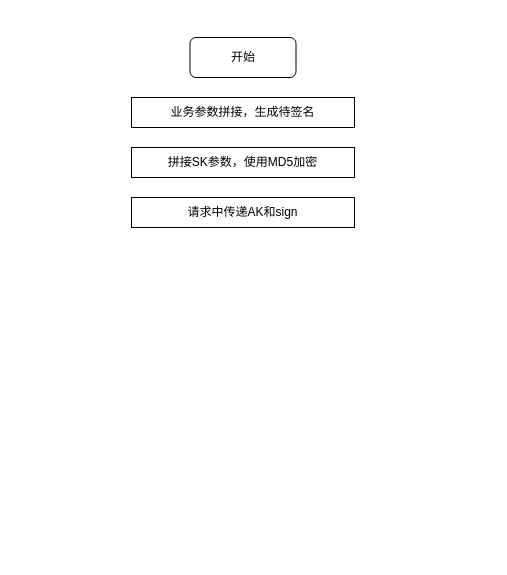
Earlier version of the draw.io diagram 未命名绘图.drawio (fengwei5280/14th). Source tidied: cells renumbered, new cells numbered last; positions are measured from the earlier drawing's top-left corner, leaving out a move shared by most shapes. Both pictures are drawn from the tidied source at 100%, with x=0, y=0 at pixel (131, 37).
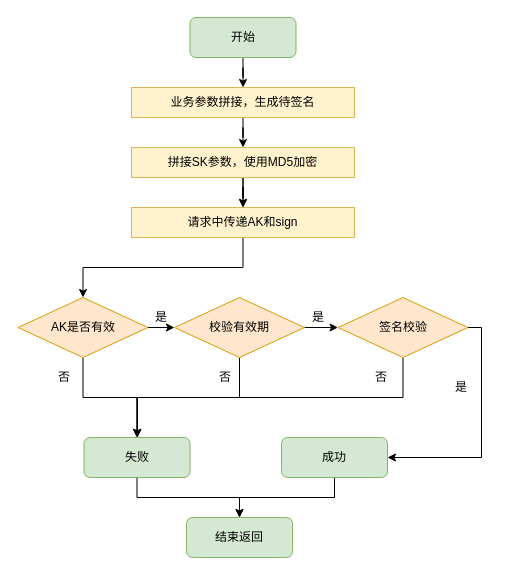
Above is the later version.

Commit message (it also covers changes not shown here):
更新未命名绘图.drawio

Change to the diagram source:
```diff
@@
+    <mxCell id="6" style="edgeStyle=orthogonalEdgeStyle;rounded=0;jettySize=auto;html=1;" parent="1" edge="1" source="2" target="3">
+      <mxGeometry relative="1" as="geometry" />
+    </mxCell>
-    <mxCell id="2" value="开始" style="rounded=1;whiteSpace=wrap;html=1;" parent="1" vertex="1">
-      <mxGeometry x="58.5" width="106" height="40" as="geometry" />
+    <mxCell id="2" value="开始" style="rounded=1;whiteSpace=wrap;html=1;fillColor=#d5e8d4;strokeColor=#82b366;" parent="1" vertex="1">
+      <mxGeometry x="58.5" y="-20" width="106" height="40" as="geometry" />
     </mxCell>
+    <mxCell id="7" style="edgeStyle=orthogonalEdgeStyle;rounded=0;jettySize=auto;html=1;" parent="1" edge="1" source="3" target="4">
+      <mxGeometry relative="1" as="geometry" />
+    </mxCell>
-    <mxCell id="3" value="业务参数拼接，生成待签名" style="rounded=0;whiteSpace=wrap;html=1;" parent="1" vertex="1">
-      <mxGeometry y="60" width="223" height="30" as="geometry" />
+    <mxCell id="3" value="业务参数拼接，生成待签名" style="rounded=0;whiteSpace=wrap;html=1;fillColor=#fff2cc;strokeColor=#d6b656;" parent="1" vertex="1">
+      <mxGeometry y="50" width="223" height="30" as="geometry" />
     </mxCell>
+    <mxCell id="8" style="edgeStyle=orthogonalEdgeStyle;rounded=0;jettySize=auto;html=1;" parent="1" edge="1" source="4" target="5">
+      <mxGeometry relative="1" as="geometry" />
+    </mxCell>
+    <mxCell id="9" style="edgeStyle=orthogonalEdgeStyle;rounded=0;jettySize=auto;html=1;" parent="1" edge="1" source="4" target="5">
+      <mxGeometry relative="1" as="geometry" />
+    </mxCell>
-    <mxCell id="4" value="拼接SK参数，使用MD5加密" style="rounded=0;whiteSpace=wrap;html=1;" parent="1" vertex="1">
+    <mxCell id="4" value="拼接SK参数，使用MD5加密" style="rounded=0;whiteSpace=wrap;html=1;fillColor=#fff2cc;strokeColor=#d6b656;" parent="1" vertex="1">
       <mxGeometry y="110" width="223" height="30" as="geometry" />
     </mxCell>
+    <mxCell id="10" style="edgeStyle=orthogonalEdgeStyle;rounded=0;jettySize=auto;html=1;" parent="1" edge="1" source="5" target="13">
+      <mxGeometry relative="1" as="geometry" />
+    </mxCell>
-    <mxCell id="5" value="请求中传递AK和sign" style="rounded=0;whiteSpace=wrap;html=1;" parent="1" vertex="1">
-      <mxGeometry y="160" width="223" height="30" as="geometry" />
+    <mxCell id="5" value="请求中传递AK和sign" style="rounded=0;whiteSpace=wrap;html=1;fillColor=#fff2cc;strokeColor=#d6b656;" parent="1" vertex="1">
+      <mxGeometry y="170" width="223" height="30" as="geometry" />
     </mxCell>
+    <mxCell id="11" style="edgeStyle=orthogonalEdgeStyle;rounded=0;jettySize=auto;html=1;entryX=0.5;entryY=0;entryDx=0;entryDy=0;" parent="1" edge="1" source="13" target="21">
+      <mxGeometry relative="1" as="geometry" />
+    </mxCell>
+    <mxCell id="12" style="edgeStyle=orthogonalEdgeStyle;rounded=0;jettySize=auto;html=1;" parent="1" edge="1" source="13" target="19">
+      <mxGeometry relative="1" as="geometry" />
+    </mxCell>
+    <mxCell id="13" value="AK是否有效" style="rhombus;whiteSpace=wrap;html=1;fillColor=#ffe6cc;strokeColor=#d79b00;" parent="1" vertex="1">
+      <mxGeometry x="-113.5" y="260" width="130" height="60" as="geometry" />
+    </mxCell>
+    <mxCell id="14" style="edgeStyle=orthogonalEdgeStyle;rounded=0;jettySize=auto;html=1;" parent="1" edge="1" source="16" target="21">
+      <mxGeometry relative="1" as="geometry">
+        <Array as="points">
+          <mxPoint x="272" y="360" />
+          <mxPoint x="6" y="360" />
+        </Array>
+      </mxGeometry>
+    </mxCell>
+    <mxCell id="15" style="edgeStyle=orthogonalEdgeStyle;rounded=0;jettySize=auto;html=1;" parent="1" edge="1" source="16" target="23">
+      <mxGeometry relative="1" as="geometry">
+        <Array as="points">
+          <mxPoint x="350" y="290" />
+          <mxPoint x="350" y="420" />
+        </Array>
+      </mxGeometry>
+    </mxCell>
+    <mxCell id="16" value="签名校验" style="rhombus;whiteSpace=wrap;html=1;fillColor=#ffe6cc;strokeColor=#d79b00;" parent="1" vertex="1">
+      <mxGeometry x="206.5" y="260" width="130" height="60" as="geometry" />
+    </mxCell>
+    <mxCell id="17" style="edgeStyle=orthogonalEdgeStyle;rounded=0;jettySize=auto;html=1;" parent="1" edge="1" source="19" target="16">
+      <mxGeometry relative="1" as="geometry" />
+    </mxCell>
+    <mxCell id="18" style="edgeStyle=orthogonalEdgeStyle;rounded=0;jettySize=auto;html=1;" parent="1" edge="1" source="19" target="21">
+      <mxGeometry relative="1" as="geometry" />
+    </mxCell>
+    <mxCell id="19" value="校验有效期" style="rhombus;whiteSpace=wrap;html=1;fillColor=#ffe6cc;strokeColor=#d79b00;" parent="1" vertex="1">
+      <mxGeometry x="43" y="260" width="130" height="60" as="geometry" />
+    </mxCell>
+    <mxCell id="20" style="edgeStyle=orthogonalEdgeStyle;rounded=0;jettySize=auto;html=1;entryX=0.5;entryY=0;entryDx=0;entryDy=0;" parent="1" edge="1" source="21" target="30">
+      <mxGeometry relative="1" as="geometry" />
+    </mxCell>
+    <mxCell id="21" value="失败" style="rounded=1;whiteSpace=wrap;html=1;fillColor=#d5e8d4;strokeColor=#82b366;" parent="1" vertex="1">
+      <mxGeometry x="-47.5" y="400" width="106" height="40" as="geometry" />
+    </mxCell>
+    <mxCell id="22" style="edgeStyle=orthogonalEdgeStyle;rounded=0;jettySize=auto;html=1;entryX=0.5;entryY=0;entryDx=0;entryDy=0;" parent="1" edge="1" source="23" target="30">
+      <mxGeometry relative="1" as="geometry" />
+    </mxCell>
+    <mxCell id="23" value="成功" style="rounded=1;whiteSpace=wrap;html=1;fillColor=#d5e8d4;strokeColor=#82b366;" parent="1" vertex="1">
+      <mxGeometry x="150" y="400" width="106" height="40" as="geometry" />
+    </mxCell>
+    <mxCell id="24" value="否" style="text;html=1;strokeColor=none;fillColor=none;align=center;verticalAlign=middle;whiteSpace=wrap;rounded=0;" parent="1" vertex="1">
+      <mxGeometry x="-87" y="330" width="40" height="20" as="geometry" />
+    </mxCell>
+    <mxCell id="25" value="否" style="text;html=1;strokeColor=none;fillColor=none;align=center;verticalAlign=middle;whiteSpace=wrap;rounded=0;" parent="1" vertex="1">
+      <mxGeometry x="74" y="330" width="40" height="20" as="geometry" />
+    </mxCell>
+    <mxCell id="26" value="否" style="text;html=1;strokeColor=none;fillColor=none;align=center;verticalAlign=middle;whiteSpace=wrap;rounded=0;" parent="1" vertex="1">
+      <mxGeometry x="230" y="330" width="40" height="20" as="geometry" />
+    </mxCell>
+    <mxCell id="27" value="是" style="text;html=1;strokeColor=none;fillColor=none;align=center;verticalAlign=middle;whiteSpace=wrap;rounded=0;" parent="1" vertex="1">
+      <mxGeometry x="10" y="270" width="40" height="20" as="geometry" />
+    </mxCell>
+    <mxCell id="28" value="是" style="text;html=1;strokeColor=none;fillColor=none;align=center;verticalAlign=middle;whiteSpace=wrap;rounded=0;" parent="1" vertex="1">
+      <mxGeometry x="166.5" y="270" width="40" height="20" as="geometry" />
+    </mxCell>
+    <mxCell id="29" value="是" style="text;html=1;strokeColor=none;fillColor=none;align=center;verticalAlign=middle;whiteSpace=wrap;rounded=0;" parent="1" vertex="1">
+      <mxGeometry x="310" y="340" width="40" height="20" as="geometry" />
+    </mxCell>
+    <mxCell id="30" value="结束返回" style="rounded=1;whiteSpace=wrap;html=1;fillColor=#d5e8d4;strokeColor=#82b366;" parent="1" vertex="1">
+      <mxGeometry x="55" y="480" width="106" height="40" as="geometry" />
+    </mxCell>
```
